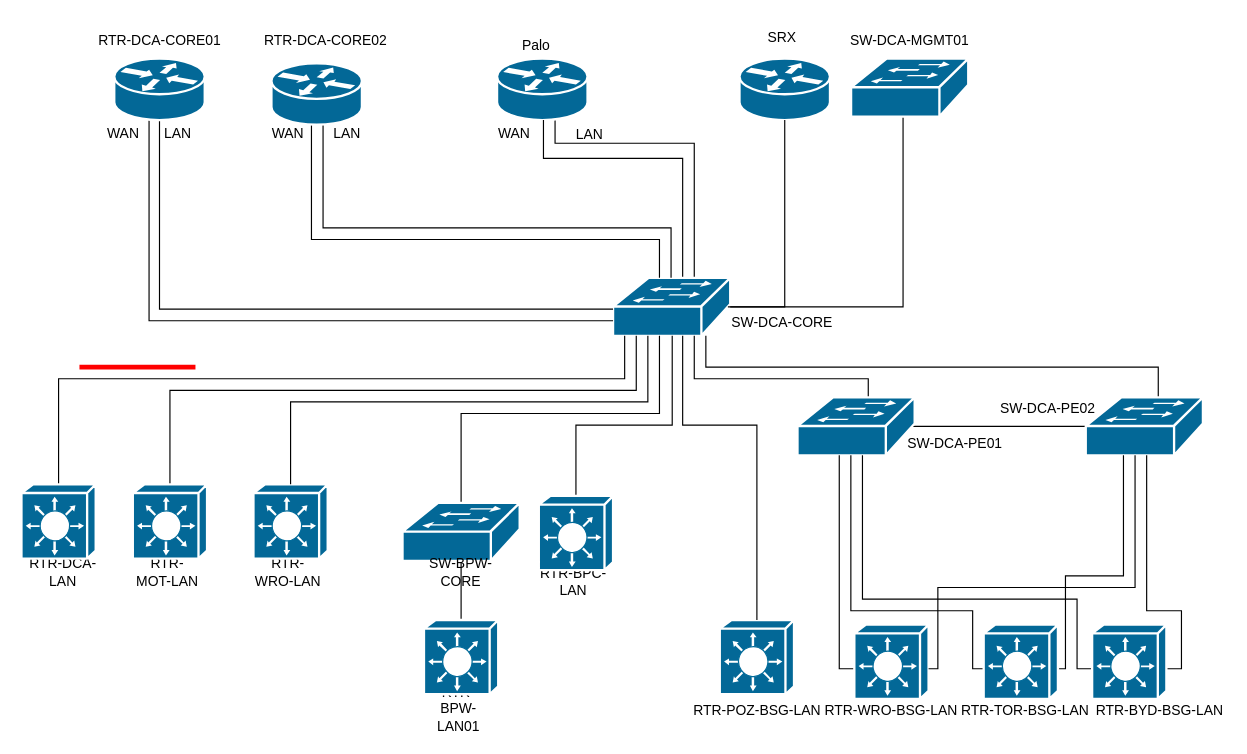
Earlier version of the draw.io diagram page "DCA" (2 of 2) of BPW.drawio (KlaudiuszBauer/Network). Source tidied: cells renumbered, new cells numbered last; positions are measured from the earlier drawing's top-left corner, leaving out a move shared by most shapes. Both pictures are drawn from the tidied source at 116%, with x=0, y=0 at pixel (21, 20).
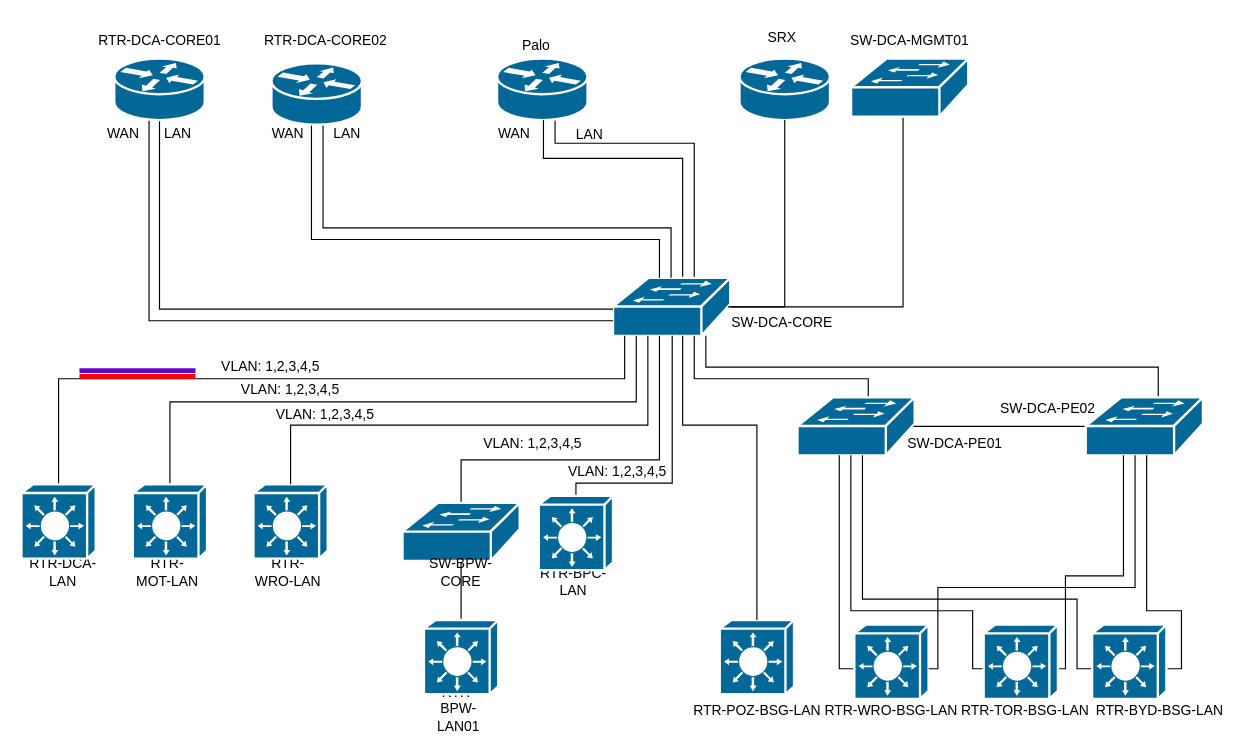
Above is the later version.

Unchanged cells that the change refers to:
```xml
<mxCell id="6" style="shape=mxgraph.cisco.switches.workgroup_switch;sketch=0;html=1;dashed=0;fillColor=#036897;strokeColor=#ffffff;strokeWidth=2;verticalLabelPosition=bottom;verticalAlign=top;align=center;outlineConnect=0;" parent="1" vertex="1">
  <mxGeometry x="510" y="222" width="101" height="50" as="geometry" />
</mxCell>
<mxCell id="33" style="shape=mxgraph.cisco.switches.layer_3_switch;sketch=0;html=1;dashed=0;fillColor=#036897;strokeColor=#ffffff;strokeWidth=2;verticalLabelPosition=bottom;verticalAlign=top;align=center;outlineConnect=0;" parent="1" vertex="1">
  <mxGeometry x="96" y="400" width="64" height="64" as="geometry" />
</mxCell>
<mxCell id="35" style="shape=mxgraph.cisco.switches.layer_3_switch;sketch=0;html=1;dashed=0;fillColor=#036897;strokeColor=#ffffff;strokeWidth=2;verticalLabelPosition=bottom;verticalAlign=top;align=center;outlineConnect=0;" parent="1" vertex="1">
  <mxGeometry x="200" y="400" width="64" height="64" as="geometry" />
</mxCell>
<mxCell id="61" style="shape=mxgraph.cisco.switches.layer_3_switch;sketch=0;html=1;dashed=0;fillColor=#036897;strokeColor=#ffffff;strokeWidth=2;verticalLabelPosition=bottom;verticalAlign=top;align=center;outlineConnect=0;" parent="1" vertex="1">
  <mxGeometry x="446" y="410" width="64" height="64" as="geometry" />
</mxCell>
<mxCell id="63" style="shape=mxgraph.cisco.switches.workgroup_switch;sketch=0;html=1;dashed=0;fillColor=#036897;strokeColor=#ffffff;strokeWidth=2;verticalLabelPosition=bottom;verticalAlign=top;align=center;outlineConnect=0;" parent="1" vertex="1">
  <mxGeometry x="328.5" y="416" width="101" height="50" as="geometry" />
</mxCell>
```

What changed in the source:
```diff
@@
     <mxCell id="32" style="edgeStyle=orthogonalEdgeStyle;rounded=0;jettySize=auto;html=1;exitX=0.5;exitY=0;exitDx=0;exitDy=0;exitPerimeter=0;endArrow=none;endFill=0;" parent="1" edge="1" source="33" target="6">
       <mxGeometry relative="1" as="geometry">
         <Array as="points">
-          <mxPoint x="128" y="319" />
-          <mxPoint x="530" y="319" />
+          <mxPoint x="128" y="329" />
+          <mxPoint x="530" y="329" />
         </Array>
       </mxGeometry>
     </mxCell>
@@
     <mxCell id="36" style="edgeStyle=orthogonalEdgeStyle;rounded=0;jettySize=auto;html=1;exitX=0.5;exitY=0;exitDx=0;exitDy=0;exitPerimeter=0;endArrow=none;endFill=0;" parent="1" edge="1" source="35" target="6">
       <mxGeometry relative="1" as="geometry">
         <Array as="points">
-          <mxPoint x="232" y="329" />
-          <mxPoint x="540" y="329" />
+          <mxPoint x="232" y="349" />
+          <mxPoint x="540" y="349" />
         </Array>
       </mxGeometry>
     </mxCell>
@@
     <mxCell id="60" style="edgeStyle=orthogonalEdgeStyle;rounded=0;jettySize=auto;html=1;exitX=0.5;exitY=0;exitDx=0;exitDy=0;exitPerimeter=0;endArrow=none;endFill=0;" parent="1" edge="1" source="61" target="6">
       <mxGeometry relative="1" as="geometry">
         <Array as="points">
-          <mxPoint x="478" y="349" />
-          <mxPoint x="561" y="349" />
+          <mxPoint x="478" y="399" />
+          <mxPoint x="561" y="399" />
         </Array>
       </mxGeometry>
     </mxCell>
@@
     <mxCell id="62" style="edgeStyle=orthogonalEdgeStyle;rounded=0;jettySize=auto;html=1;exitX=0.5;exitY=0;exitDx=0;exitDy=0;exitPerimeter=0;endArrow=none;endFill=0;" parent="1" edge="1" source="63" target="6">
       <mxGeometry relative="1" as="geometry">
         <Array as="points">
-          <mxPoint x="379" y="339" />
-          <mxPoint x="550" y="339" />
+          <mxPoint x="379" y="379" />
+          <mxPoint x="550" y="379" />
         </Array>
       </mxGeometry>
     </mxCell>
@@
     <mxCell id="68" style="html=1;rounded=0;endArrow=none;endFill=0;strokeWidth=4;strokeColor=#FF0000;" parent="1" edge="1">
       <mxGeometry relative="1" as="geometry">
-        <mxPoint x="50" y="299" as="sourcePoint" />
-        <mxPoint x="150" y="299" as="targetPoint" />
+        <mxPoint x="50" y="307" as="sourcePoint" />
+        <mxPoint x="150" y="307" as="targetPoint" />
       </mxGeometry>
     </mxCell>
+    <mxCell id="69" style="html=1;rounded=0;endArrow=none;endFill=0;strokeWidth=4;strokeColor=#6600CC;" parent="1" edge="1">
+      <mxGeometry relative="1" as="geometry">
+        <mxPoint x="50" y="302" as="sourcePoint" />
+        <mxPoint x="150" y="302" as="targetPoint" />
+      </mxGeometry>
+    </mxCell>
+    <mxCell id="70" value="VLAN: 1,2,3,4,5" style="text;html=1;align=center;verticalAlign=middle;whiteSpace=wrap;rounded=0;" parent="1" vertex="1">
+      <mxGeometry x="150" y="289" width="130" height="20" as="geometry" />
+    </mxCell>
+    <mxCell id="71" value="VLAN: 1,2,3,4,5" style="text;html=1;align=center;verticalAlign=middle;whiteSpace=wrap;rounded=0;" parent="1" vertex="1">
+      <mxGeometry x="167" y="309" width="130" height="20" as="geometry" />
+    </mxCell>
+    <mxCell id="72" value="VLAN: 1,2,3,4,5" style="text;html=1;align=center;verticalAlign=middle;whiteSpace=wrap;rounded=0;" parent="1" vertex="1">
+      <mxGeometry x="197" y="330" width="130" height="20" as="geometry" />
+    </mxCell>
+    <mxCell id="73" value="VLAN: 1,2,3,4,5" style="text;html=1;align=center;verticalAlign=middle;whiteSpace=wrap;rounded=0;" parent="1" vertex="1">
+      <mxGeometry x="376" y="355" width="130" height="20" as="geometry" />
+    </mxCell>
+    <mxCell id="74" value="VLAN: 1,2,3,4,5" style="text;html=1;align=center;verticalAlign=middle;whiteSpace=wrap;rounded=0;" parent="1" vertex="1">
+      <mxGeometry x="467" y="379" width="94" height="20" as="geometry" />
+    </mxCell>
```
